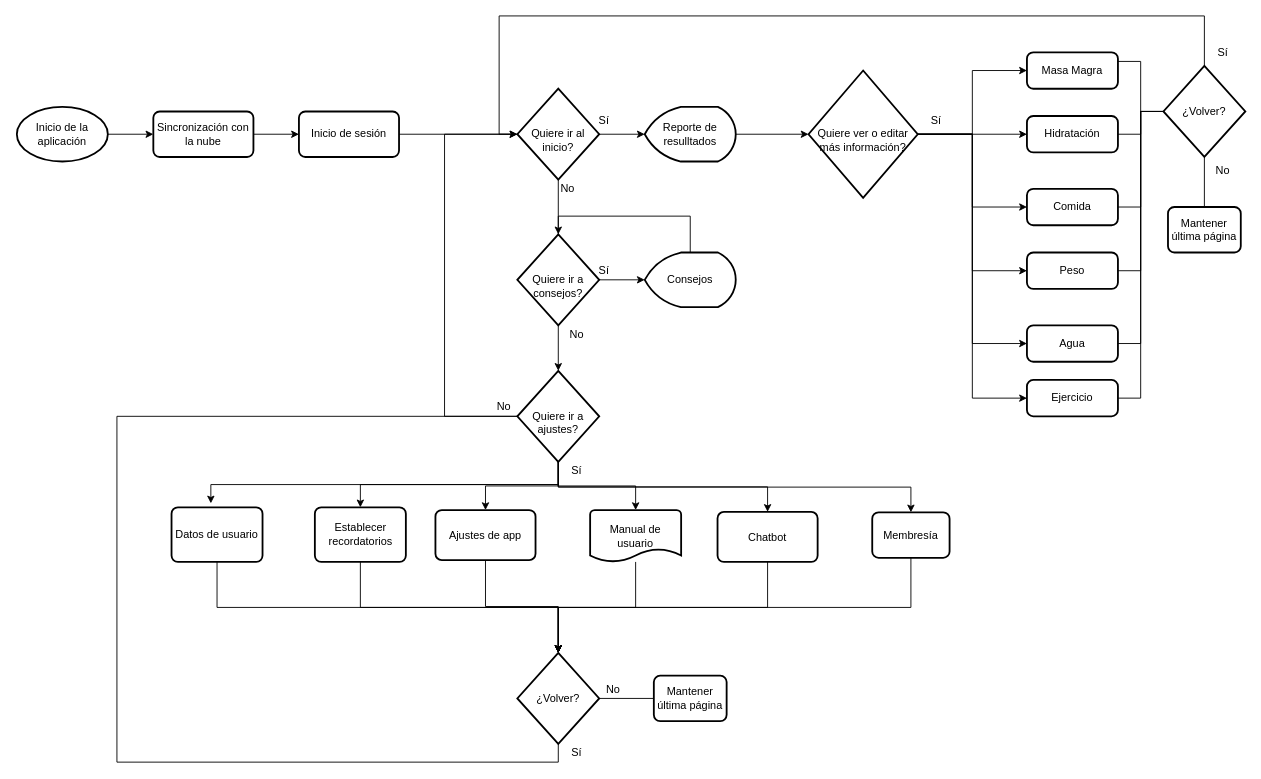
Angeloib98/BIATRONIC keeps this draw.io diagram as Tercera_Fase/Diagramas de software/Diagrama_App.drawio. Above is the earlier version. Source tidied: cells renumbered, new cells numbered last; positions are measured from the earlier drawing's top-left corner, leaving out a move shared by most shapes. Both pictures are drawn from the tidied source at 91%, with x=0, y=0 at pixel (16, 15).
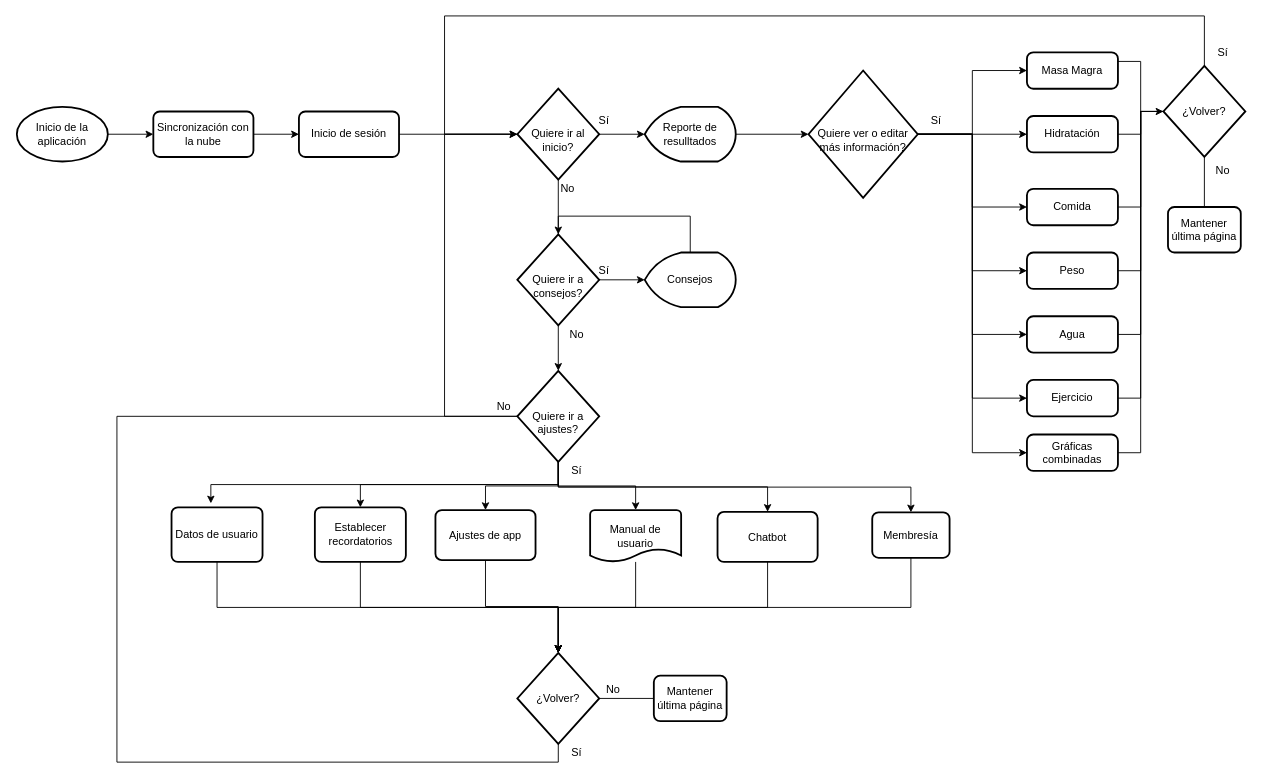
The same diagram, later.

Unchanged cells that the change refers to:
```xml
<mxCell id="24" value="&lt;br&gt;Quiere ir al inicio?" style="strokeWidth=2;html=1;shape=mxgraph.flowchart.decision;whiteSpace=wrap;" parent="1" vertex="1">
  <mxGeometry x="550" y="80" width="90" height="100" as="geometry" />
</mxCell>
<mxCell id="54" value="&lt;br&gt;Quiere ver o editar más información?" style="strokeWidth=2;html=1;shape=mxgraph.flowchart.decision;whiteSpace=wrap;" parent="1" vertex="1">
  <mxGeometry x="870" y="60" width="120" height="140" as="geometry" />
</mxCell>
<mxCell id="72" value="¿Volver?" style="strokeWidth=2;html=1;shape=mxgraph.flowchart.decision;whiteSpace=wrap;" parent="1" vertex="1">
  <mxGeometry x="1260" y="55" width="90" height="100" as="geometry" />
</mxCell>
```

Diff of the diagram source:
```diff
@@
     <mxCell id="15" value="Agua" style="rounded=1;whiteSpace=wrap;html=1;absoluteArcSize=1;arcSize=14;strokeWidth=2;" parent="1" vertex="1">
-      <mxGeometry x="1110" y="340" width="100" height="40" as="geometry" />
+      <mxGeometry x="1110" y="330" width="100" height="40" as="geometry" />
     </mxCell>
@@
+    <mxCell id="76" style="edgeStyle=orthogonalEdgeStyle;rounded=0;jettySize=auto;html=1;exitX=1;exitY=0.5;exitDx=0;exitDy=0;exitPerimeter=0;entryX=0;entryY=0.5;entryDx=0;entryDy=0;" parent="1" edge="1" source="54" target="78">
+      <mxGeometry relative="1" as="geometry" />
+    </mxCell>
@@
     <mxCell id="70" style="edgeStyle=orthogonalEdgeStyle;rounded=0;jettySize=auto;html=1;exitX=0.5;exitY=0;exitDx=0;exitDy=0;exitPerimeter=0;entryX=0;entryY=0.5;entryDx=0;entryDy=0;entryPerimeter=0;endArrow=none;endFill=0;" parent="1" edge="1" source="72" target="24">
       <mxGeometry relative="1" as="geometry">
         <Array as="points">
           <mxPoint x="1305" />
-          <mxPoint x="530" />
-          <mxPoint x="530" y="130" />
+          <mxPoint x="470" />
+          <mxPoint x="470" y="130" />
         </Array>
       </mxGeometry>
     </mxCell>
@@
+    <mxCell id="77" style="edgeStyle=orthogonalEdgeStyle;rounded=0;jettySize=auto;html=1;exitX=1;exitY=0.5;exitDx=0;exitDy=0;entryX=0;entryY=0.5;entryDx=0;entryDy=0;entryPerimeter=0;" parent="1" edge="1" source="78" target="72">
+      <mxGeometry relative="1" as="geometry" />
+    </mxCell>
+    <mxCell id="78" value="Gráficas combinadas" style="rounded=1;whiteSpace=wrap;html=1;absoluteArcSize=1;arcSize=14;strokeWidth=2;" parent="1" vertex="1">
+      <mxGeometry x="1110" y="460" width="100" height="40" as="geometry" />
+    </mxCell>
```
